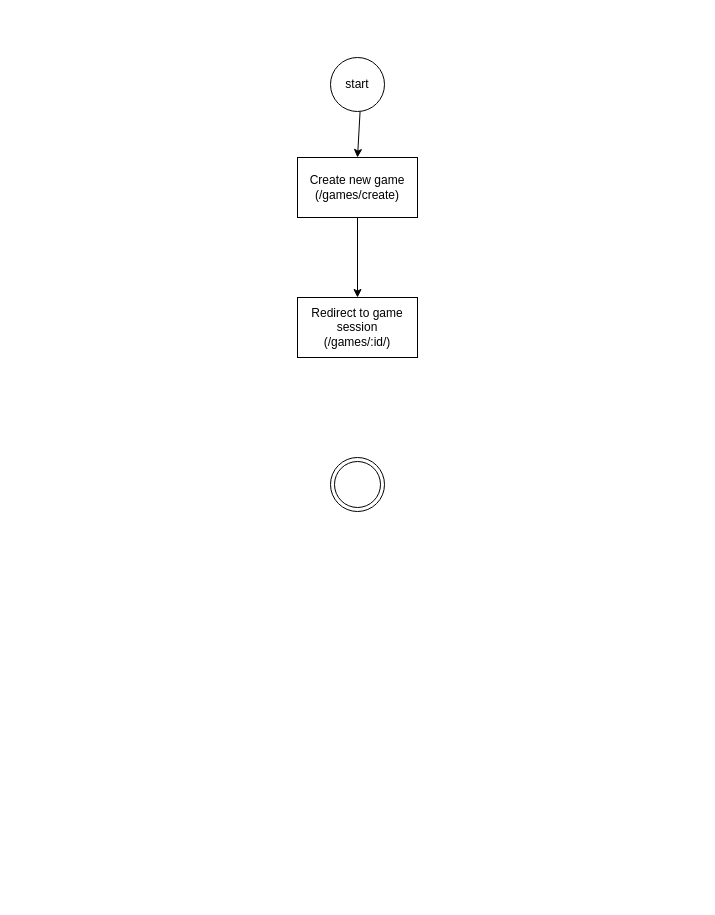
Earlier version of the draw.io diagram docs/Game/game_flow.drawio (0xOnyx/42_ft_transcendence). Source tidied: cells renumbered, new cells numbered last; positions are measured from the earlier drawing's top-left corner, leaving out a move shared by most shapes. Both pictures are drawn from the tidied source at 100%, with x=0, y=0 at pixel (297, 57).
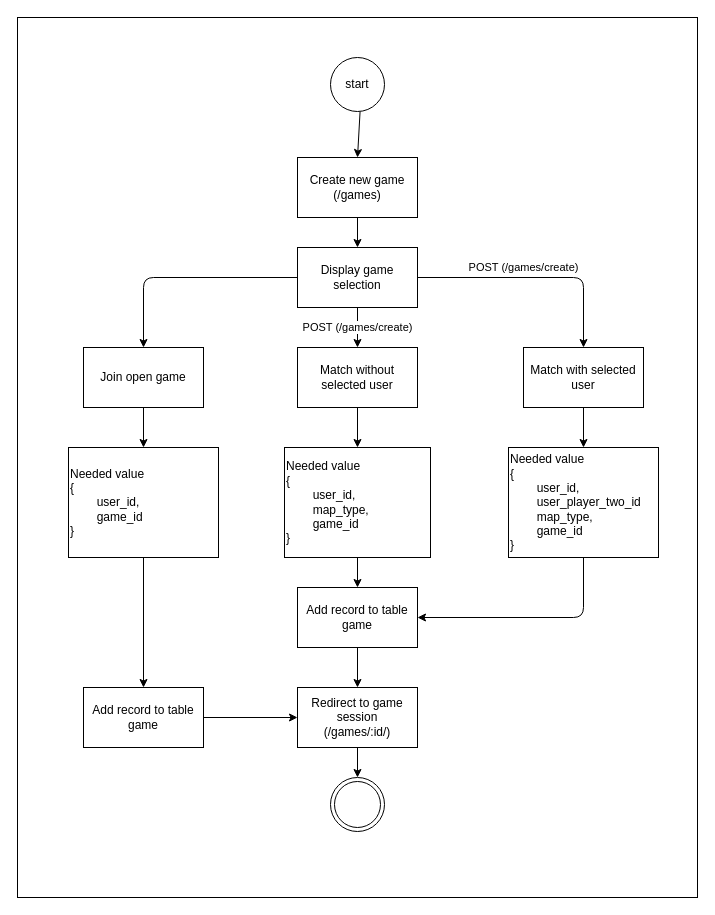
The same diagram, later.

Commit message:
game flow

The edit, as a diff of the source:
```diff
@@
+    <mxCell id="8" style="rounded=0;whiteSpace=wrap;html=1;" parent="1" vertex="1">
+      <mxGeometry x="-280" y="-40" width="680" height="880" as="geometry" />
+    </mxCell>
     <mxCell id="2" style="ellipse;shape=doubleEllipse;whiteSpace=wrap;html=1;" parent="1" vertex="1">
-      <mxGeometry x="33" y="400" width="54" height="54" as="geometry" />
+      <mxGeometry x="33" y="720" width="54" height="54" as="geometry" />
     </mxCell>
@@
-    <mxCell id="5" style="edgeStyle=none;html=1;" parent="1" edge="1" source="6" target="7">
-      <mxGeometry relative="1" as="geometry" />
-    </mxCell>
+    <mxCell id="9" style="edgeStyle=none;html=1;" parent="1" edge="1" source="6" target="20">
+      <mxGeometry relative="1" as="geometry" />
+    </mxCell>
-    <mxCell id="6" value="Create new game&lt;br&gt;(/games/create)" style="rounded=0;whiteSpace=wrap;html=1;" parent="1" vertex="1">
+    <mxCell id="6" value="Create new game&lt;br&gt;(/games)" style="rounded=0;whiteSpace=wrap;html=1;" parent="1" vertex="1">
       <mxGeometry y="100" width="120" height="60" as="geometry" />
     </mxCell>
+    <mxCell id="10" style="edgeStyle=none;html=1;" parent="1" edge="1" source="7" target="2">
+      <mxGeometry relative="1" as="geometry" />
+    </mxCell>
     <mxCell id="7" value="Redirect to game session&lt;br&gt;(/games/:id/)" style="whiteSpace=wrap;html=1;rounded=0;" parent="1" vertex="1">
-      <mxGeometry y="240" width="120" height="60" as="geometry" />
+      <mxGeometry y="630" width="120" height="60" as="geometry" />
     </mxCell>
+    <mxCell id="11" style="edgeStyle=none;html=1;" parent="1" edge="1" source="12" target="22">
+      <mxGeometry relative="1" as="geometry" />
+    </mxCell>
+    <mxCell id="12" value="Join open game" style="whiteSpace=wrap;html=1;rounded=0;" parent="1" vertex="1">
+      <mxGeometry x="-214" y="290" width="120" height="60" as="geometry" />
+    </mxCell>
+    <mxCell id="13" style="edgeStyle=none;html=1;" parent="1" edge="1" source="14" target="24">
+      <mxGeometry relative="1" as="geometry" />
+    </mxCell>
+    <mxCell id="14" value="Match without selected user" style="whiteSpace=wrap;html=1;rounded=0;" parent="1" vertex="1">
+      <mxGeometry y="290" width="120" height="60" as="geometry" />
+    </mxCell>
+    <mxCell id="15" style="edgeStyle=none;html=1;" parent="1" edge="1" source="16" target="26">
+      <mxGeometry relative="1" as="geometry" />
+    </mxCell>
+    <mxCell id="16" value="Match with selected user" style="whiteSpace=wrap;html=1;rounded=0;" parent="1" vertex="1">
+      <mxGeometry x="226" y="290" width="120" height="60" as="geometry" />
+    </mxCell>
+    <mxCell id="17" value="POST (/games/create)" style="edgeStyle=none;html=1;" parent="1" edge="1" source="20" target="14">
+      <mxGeometry relative="1" as="geometry" />
+    </mxCell>
+    <mxCell id="18" value="POST (/games/create)" style="edgeStyle=none;html=1;entryX=0.5;entryY=0;entryDx=0;entryDy=0;" parent="1" edge="1" source="20" target="16">
+      <mxGeometry x="-0.1" y="10" relative="1" as="geometry">
+        <Array as="points">
+          <mxPoint x="286" y="220" />
+        </Array>
+      </mxGeometry>
+    </mxCell>
+    <mxCell id="19" style="edgeStyle=none;html=1;entryX=0.5;entryY=0;entryDx=0;entryDy=0;" parent="1" edge="1" source="20" target="12">
+      <mxGeometry relative="1" as="geometry">
+        <Array as="points">
+          <mxPoint x="-154" y="220" />
+        </Array>
+      </mxGeometry>
+    </mxCell>
+    <mxCell id="20" value="Display game selection" style="rounded=0;whiteSpace=wrap;html=1;" parent="1" vertex="1">
+      <mxGeometry y="190" width="120" height="60" as="geometry" />
+    </mxCell>
+    <mxCell id="21" style="edgeStyle=none;html=1;entryX=0.5;entryY=0;entryDx=0;entryDy=0;" parent="1" edge="1" source="22" target="30">
+      <mxGeometry relative="1" as="geometry" />
+    </mxCell>
+    <mxCell id="22" value="Needed value&lt;br&gt;{&lt;br&gt;&lt;span style=&quot;white-space: pre;&quot;&gt;&#9;&lt;/span&gt;user_id,&lt;br&gt;&lt;span style=&quot;white-space: pre;&quot;&gt;&#9;&lt;/span&gt;game_id&lt;br&gt;}" style="whiteSpace=wrap;html=1;rounded=0;align=left;" parent="1" vertex="1">
+      <mxGeometry x="-229" y="390" width="150" height="110" as="geometry" />
+    </mxCell>
+    <mxCell id="23" style="edgeStyle=none;html=1;" parent="1" edge="1" source="24" target="28">
+      <mxGeometry relative="1" as="geometry" />
+    </mxCell>
+    <mxCell id="24" value="Needed value&lt;br&gt;{&lt;br&gt;&lt;span style=&quot;white-space: pre;&quot;&gt;&#9;&lt;/span&gt;user_id,&lt;br&gt;&lt;span style=&quot;white-space: pre;&quot;&gt;&#9;&lt;/span&gt;map_type,&lt;br&gt;&lt;span style=&quot;white-space: pre;&quot;&gt;&#9;&lt;/span&gt;game_id&lt;br&gt;}" style="whiteSpace=wrap;html=1;rounded=0;align=left;" parent="1" vertex="1">
+      <mxGeometry x="-13" y="390" width="146" height="110" as="geometry" />
+    </mxCell>
+    <mxCell id="25" style="edgeStyle=none;html=1;entryX=1;entryY=0.5;entryDx=0;entryDy=0;" parent="1" edge="1" source="26" target="28">
+      <mxGeometry relative="1" as="geometry">
+        <Array as="points">
+          <mxPoint x="286" y="560" />
+        </Array>
+      </mxGeometry>
+    </mxCell>
+    <mxCell id="26" value="Needed value&lt;br&gt;{&lt;br&gt;&lt;span style=&quot;white-space: pre;&quot;&gt;&#9;&lt;/span&gt;user_id,&lt;br&gt;&lt;span style=&quot;white-space: pre;&quot;&gt;&#9;&lt;/span&gt;user_player_two_id&lt;br&gt;&lt;span style=&quot;white-space: pre;&quot;&gt;&#9;&lt;/span&gt;map_type,&lt;br&gt;&lt;span style=&quot;white-space: pre;&quot;&gt;&#9;&lt;/span&gt;game_id&lt;br&gt;}" style="whiteSpace=wrap;html=1;rounded=0;align=left;" parent="1" vertex="1">
+      <mxGeometry x="211" y="390" width="150" height="110" as="geometry" />
+    </mxCell>
+    <mxCell id="27" style="edgeStyle=none;html=1;" parent="1" edge="1" source="28" target="7">
+      <mxGeometry relative="1" as="geometry" />
+    </mxCell>
+    <mxCell id="28" value="Add record to table game" style="whiteSpace=wrap;html=1;rounded=0;" parent="1" vertex="1">
+      <mxGeometry y="530" width="120" height="60" as="geometry" />
+    </mxCell>
+    <mxCell id="29" style="edgeStyle=none;html=1;" parent="1" edge="1" source="30" target="7">
+      <mxGeometry relative="1" as="geometry" />
+    </mxCell>
+    <mxCell id="30" value="Add record to table game" style="whiteSpace=wrap;html=1;rounded=0;" parent="1" vertex="1">
+      <mxGeometry x="-214" y="630" width="120" height="60" as="geometry" />
+    </mxCell>
```
